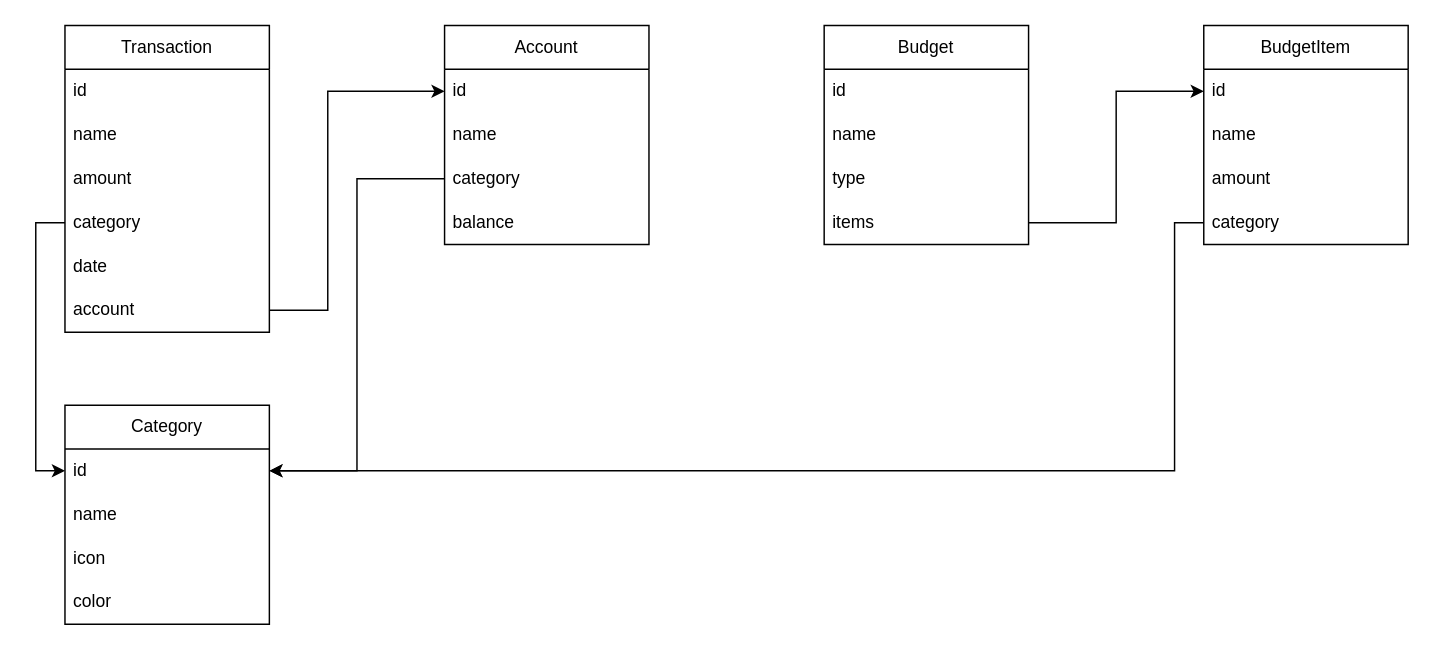
Before: page "Modèle" (2 of 3) of doc/architecture.drawio in Sydher/FinanciCraft, a draw.io diagram. Source tidied: cells renumbered, new cells numbered last; positions are measured from the earlier drawing's top-left corner, leaving out a move shared by most shapes. Both pictures are drawn from the tidied source at 146%, with x=0, y=0 at pixel (64, 25).
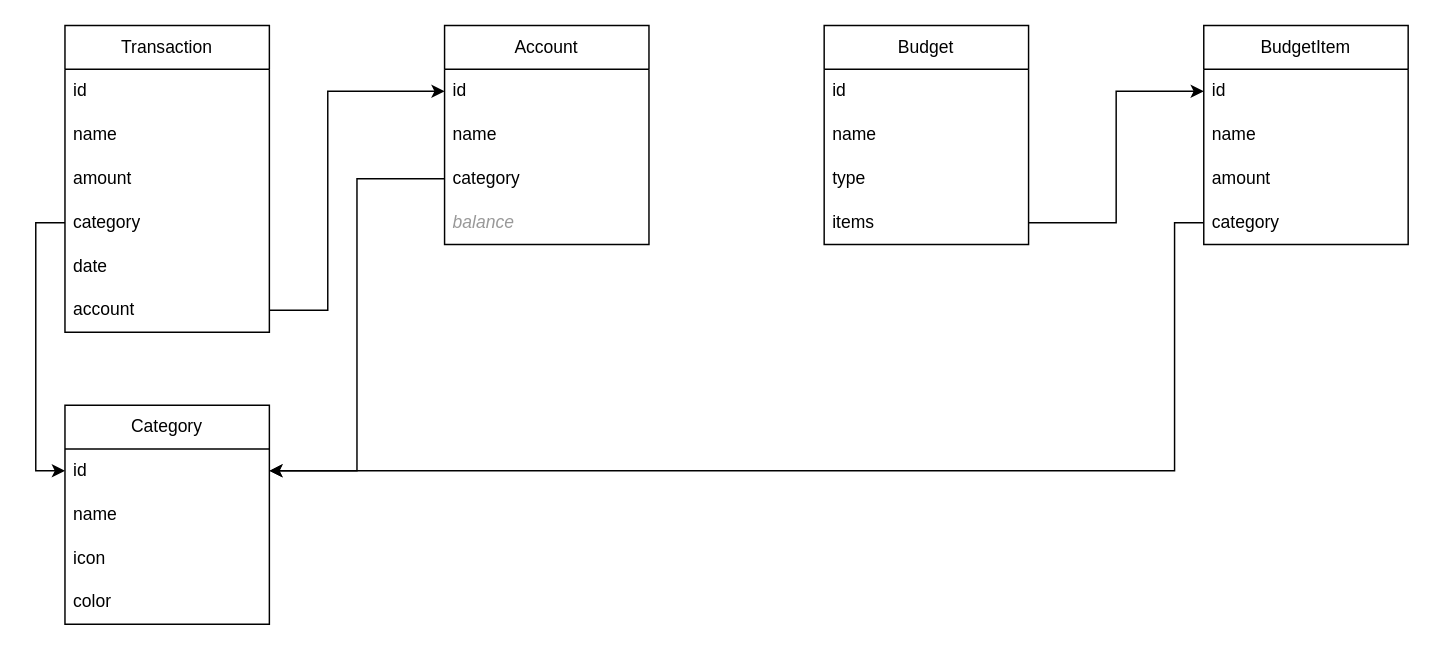
Above is the later version.

The change refers to these unchanged cells:
```xml
<mxCell id="9" value="Account" style="swimlane;fontStyle=0;horizontal=1;startSize=30;whiteSpace=wrap;html=1;" parent="1" vertex="1">
  <mxGeometry x="260" width="140" height="150" as="geometry" />
</mxCell>
```

The edit, as a diff of the source:
```diff
@@
-    <mxCell id="13" value="balance" style="text;strokeColor=none;fillColor=none;align=left;verticalAlign=middle;spacingLeft=4;spacingRight=4;overflow=hidden;whiteSpace=wrap;html=1;" parent="9" vertex="1">
+    <mxCell id="13" value="balance" style="text;strokeColor=none;fillColor=none;align=left;verticalAlign=middle;spacingLeft=4;spacingRight=4;overflow=hidden;whiteSpace=wrap;html=1;fontStyle=2;fontColor=#999999;" parent="9" vertex="1">
       <mxGeometry y="120" width="140" height="30" as="geometry" />
     </mxCell>
```
